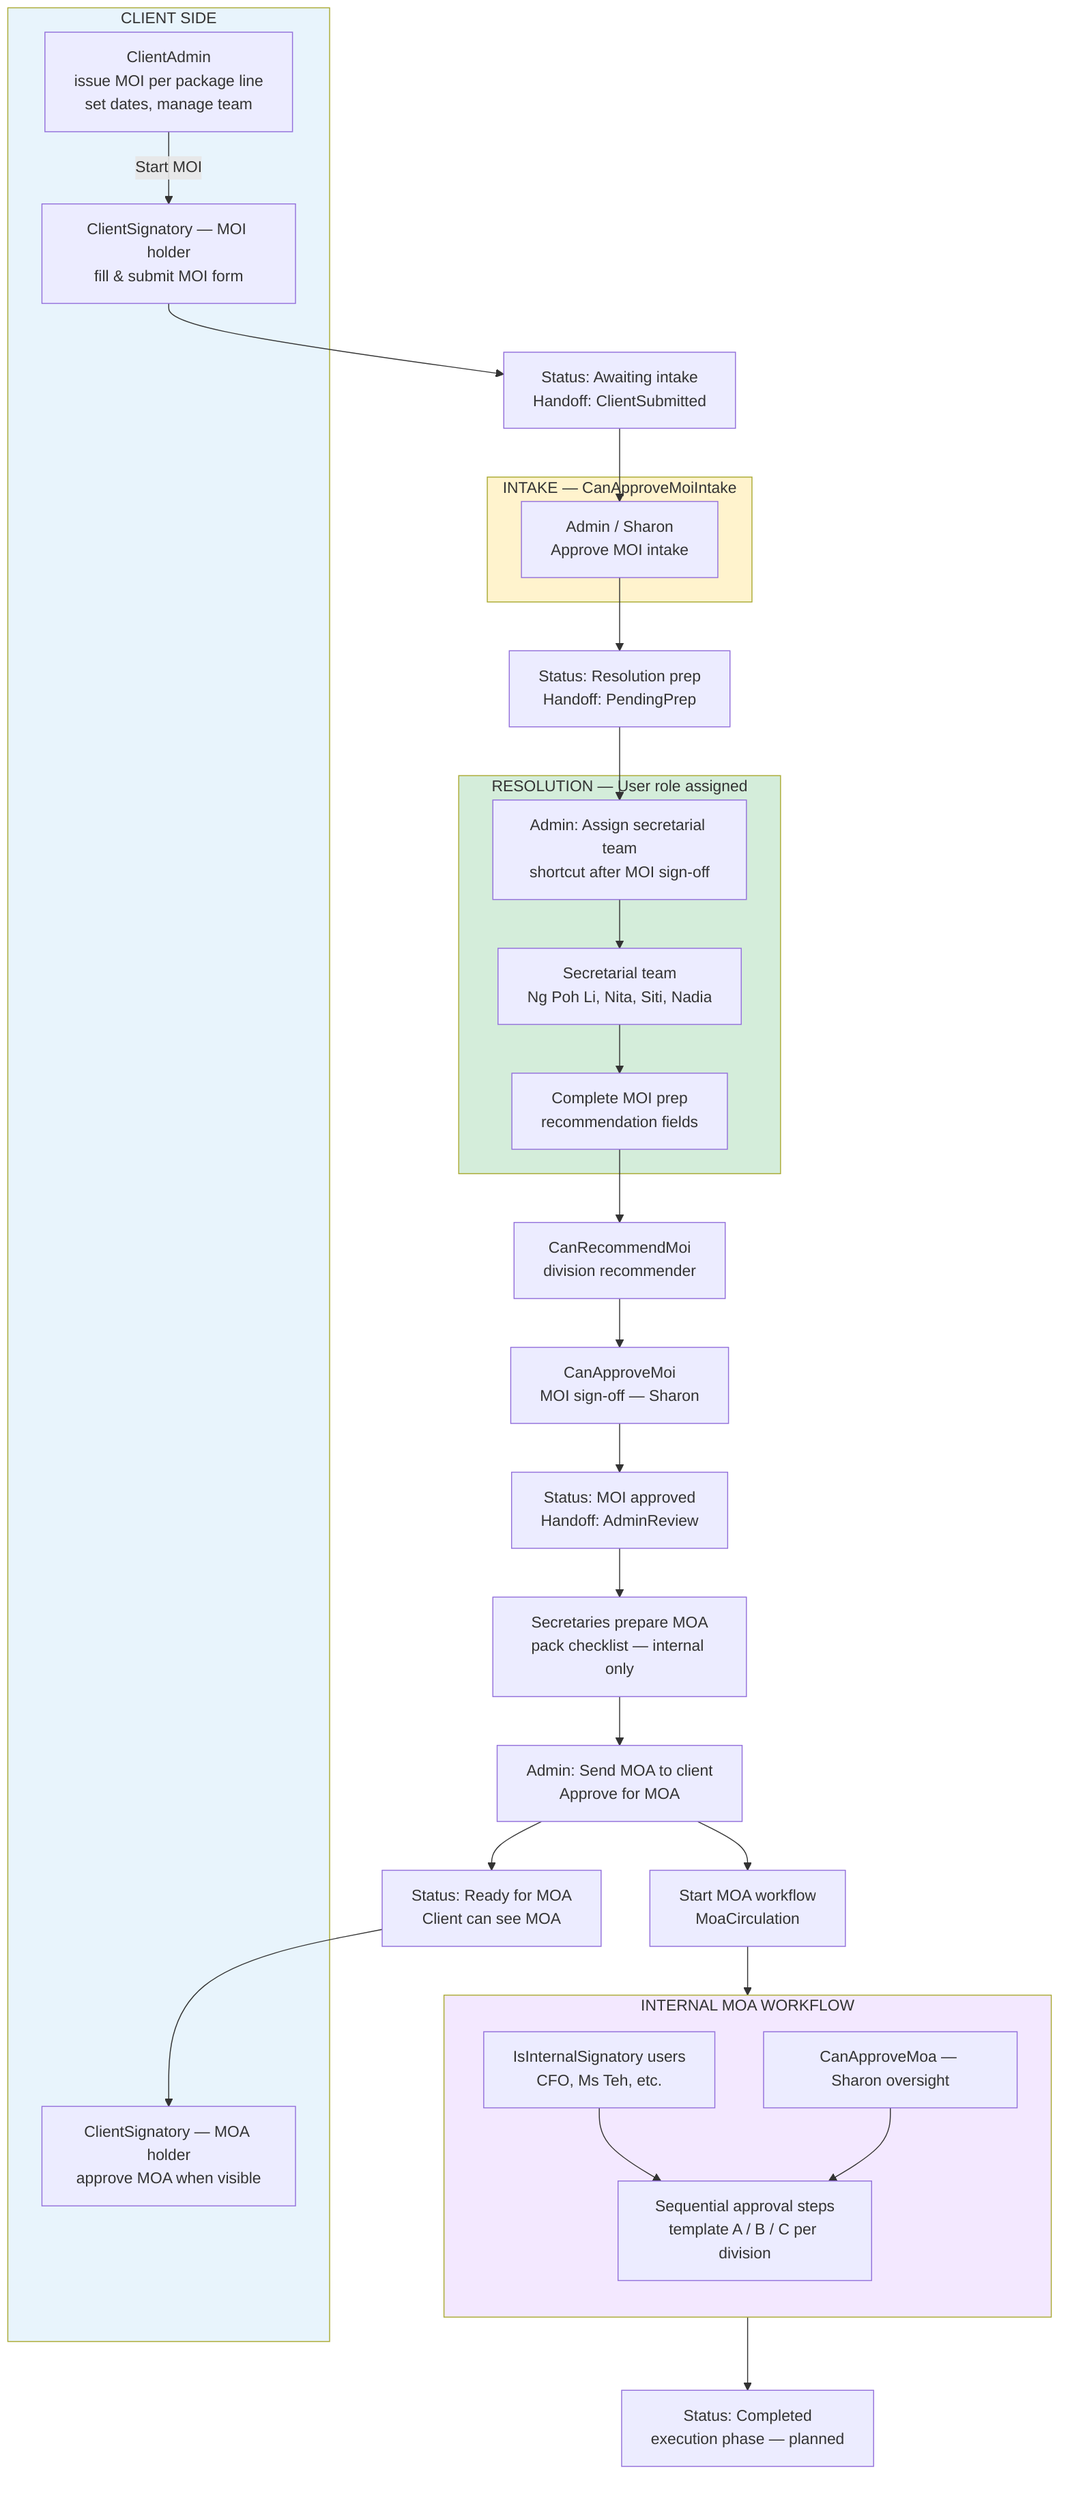
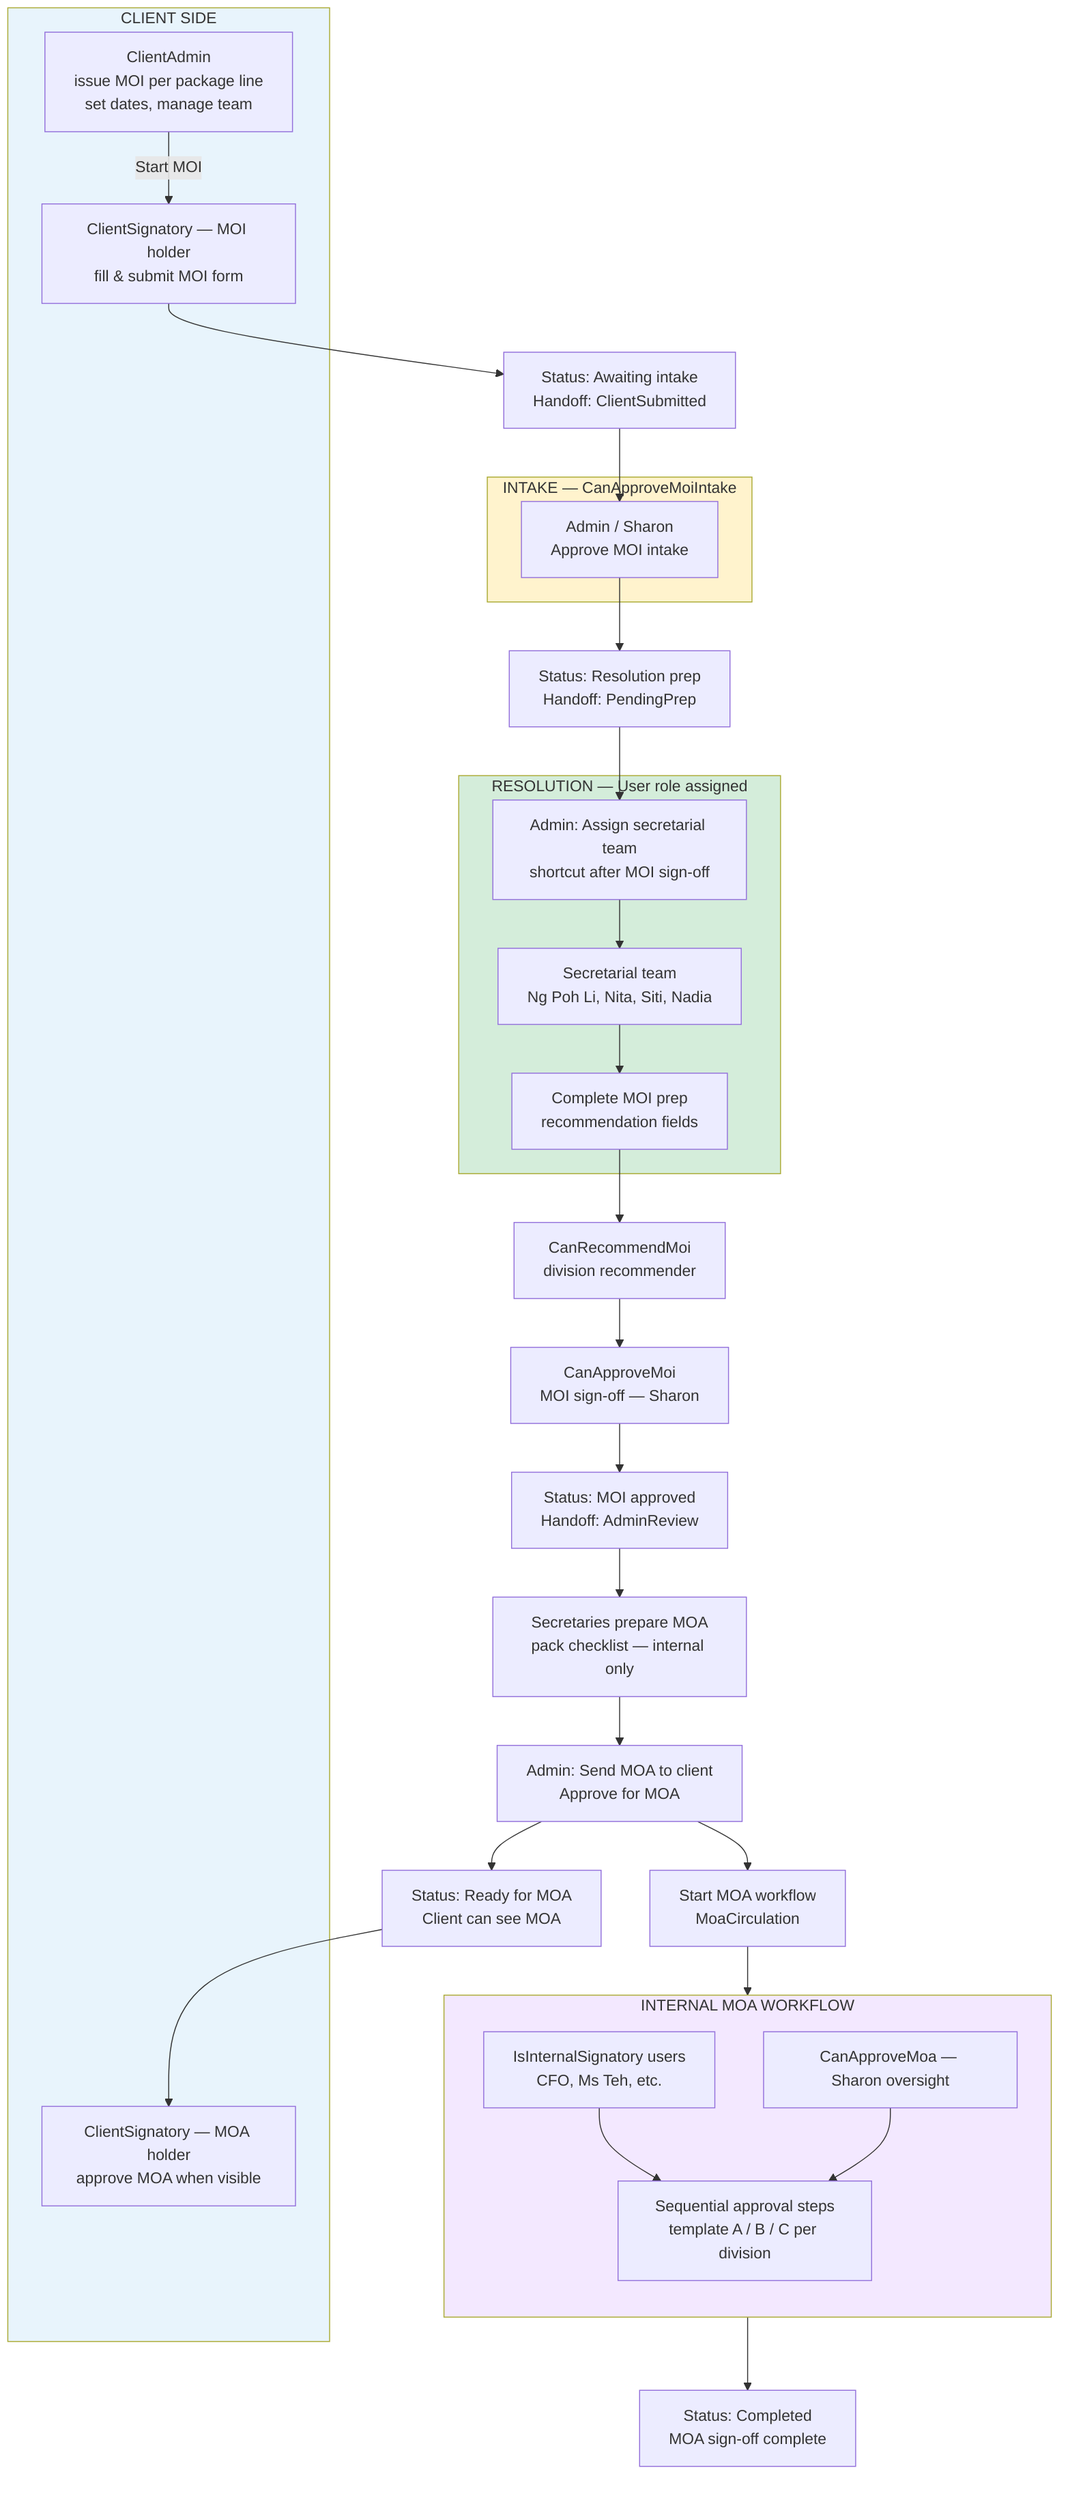
flowchart TD
  subgraph CLIENT["CLIENT SIDE"]
    CA["ClientAdmin<br/>issue MOI per package line<br/>set dates, manage team"]
    CS_MOI["ClientSignatory — MOI holder<br/>fill & submit MOI form"]
    CS_MOA["ClientSignatory — MOA holder<br/>approve MOA when visible"]
    CA -->|"Start MOI"| CS_MOI
  end

  CS_MOI --> S1["Status: Awaiting intake<br/>Handoff: ClientSubmitted"]

  subgraph INTAKE["INTAKE — CanApproveMoiIntake"]
    SH1["Admin / Sharon<br/>Approve MOI intake"]
  end

  S1 --> SH1
  SH1 --> S2["Status: Resolution prep<br/>Handoff: PendingPrep"]

  subgraph RESO["RESOLUTION — User role assigned"]
    SEC["Secretarial team<br/>Ng Poh Li, Nita, Siti, Nadia"]
    SH2["Admin: Assign secretarial team<br/>shortcut after MOI sign-off"]
    SEC --> PREP["Complete MOI prep<br/>recommendation fields"]
  end

  S2 --> SH2
  SH2 --> SEC

  PREP --> S3["CanRecommendMoi<br/>division recommender"]
  S3 --> S4["CanApproveMoi<br/>MOI sign-off — Sharon"]
  S4 --> S5["Status: MOI approved<br/>Handoff: AdminReview"]

  S5 --> MOA_PREP["Secretaries prepare MOA<br/>pack checklist — internal only"]
  MOA_PREP --> SH3["Admin: Send MOA to client<br/>Approve for MOA"]
  SH3 --> S6["Status: Ready for MOA<br/>Client can see MOA"]

  S6 --> CS_MOA
  SH3 --> MOA_INT["Start MOA workflow<br/>MoaCirculation"]

  subgraph MOA_WF["INTERNAL MOA WORKFLOW"]
  direction TB
    IS["IsInternalSignatory users<br/>CFO, Ms Teh, etc."]
    SH4["CanApproveMoa — Sharon oversight"]
    IS --> STEPS["Sequential approval steps<br/>template A / B / C per division"]
    SH4 --> STEPS
  end

  MOA_INT --> MOA_WF
-   MOA_WF --> DONE["Status: Completed<br/>execution phase — planned"]
+   MOA_WF --> DONE["Status: Completed<br/>MOA sign-off complete"]

  style CLIENT fill:#e8f4fc
  style INTAKE fill:#fff3cd
  style RESO fill:#d4edda
  style MOA_WF fill:#f3e8ff
